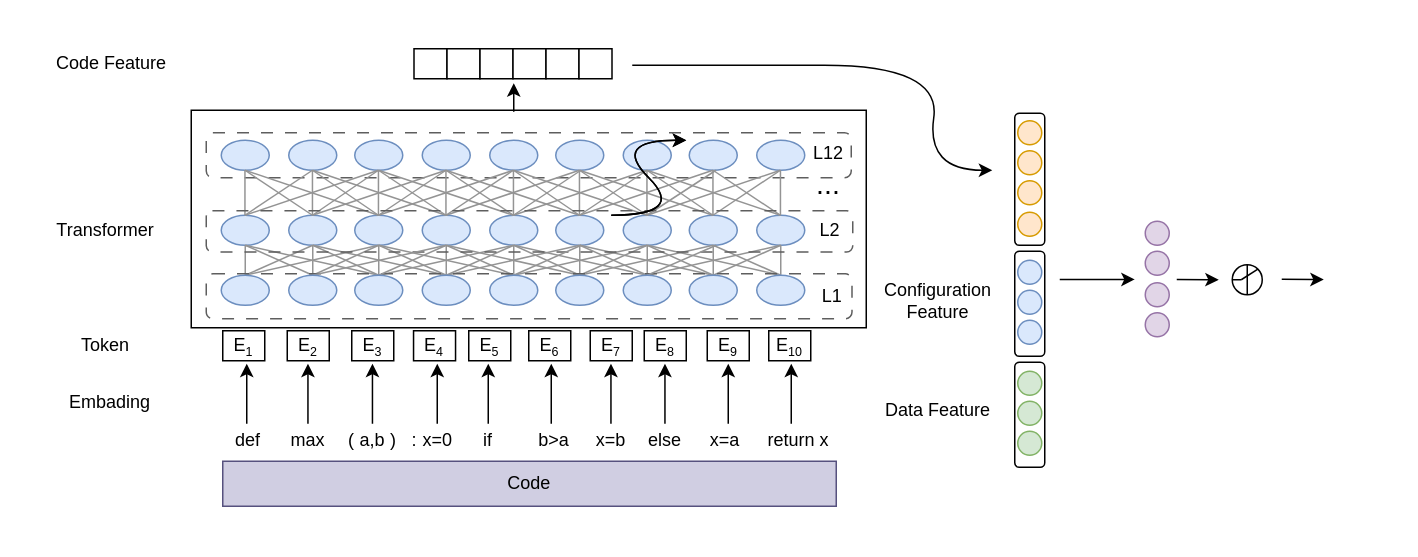
The draw.io diagram spark.drawio in zouqg/praticegit, before the edit. Source tidied: cells renumbered, new cells numbered last; positions are measured from the earlier drawing's top-left corner, leaving out a move shared by most shapes. Both pictures are drawn from the tidied source at 150%, with x=0, y=0 at pixel (26, 40).
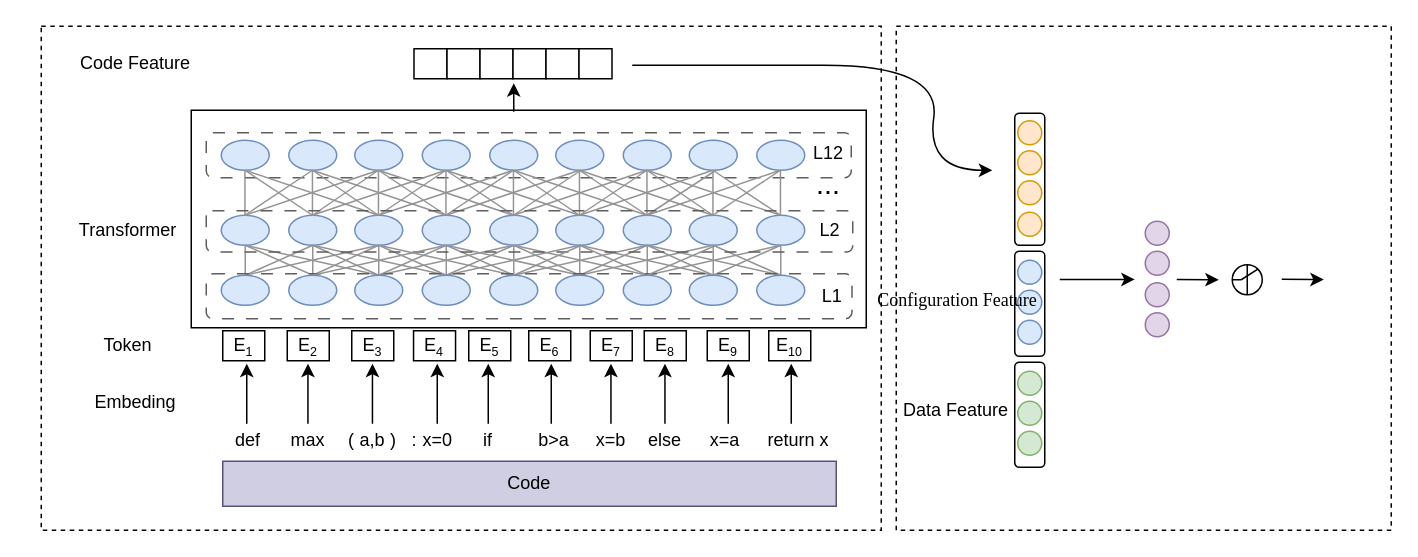
The same page after the edit.

The edit, as a diff of the source:
```diff
@@
+    <mxCell id="193" style="rounded=0;whiteSpace=wrap;html=1;dashed=1;" parent="1" vertex="1">
+      <mxGeometry x="580" y="-10" width="330" height="336" as="geometry" />
+    </mxCell>
+    <mxCell id="194" style="rounded=0;whiteSpace=wrap;html=1;dashed=1;" parent="1" vertex="1">
+      <mxGeometry x="10" y="-10" width="560" height="336" as="geometry" />
+    </mxCell>
@@
-    <mxCell id="142" value="Embading" style="text;html=1;strokeColor=none;fillColor=none;align=center;verticalAlign=middle;whiteSpace=wrap;rounded=0;" parent="1" vertex="1">
-      <mxGeometry x="26" y="226" width="60" height="30" as="geometry" />
+    <mxCell id="142" value="Embeding" style="text;html=1;strokeColor=none;fillColor=none;align=center;verticalAlign=middle;whiteSpace=wrap;rounded=0;" parent="1" vertex="1">
+      <mxGeometry x="43" y="226" width="60" height="30" as="geometry" />
     </mxCell>
     <mxCell id="143" value="Token" style="text;html=1;strokeColor=none;fillColor=none;align=center;verticalAlign=middle;whiteSpace=wrap;rounded=0;" parent="1" vertex="1">
-      <mxGeometry x="23" y="188" width="60" height="30" as="geometry" />
+      <mxGeometry x="38" y="188" width="60" height="30" as="geometry" />
     </mxCell>
     <mxCell id="144" value="Transformer" style="text;html=1;strokeColor=none;fillColor=none;align=center;verticalAlign=middle;whiteSpace=wrap;rounded=0;" parent="1" vertex="1">
-      <mxGeometry x="23" y="111" width="60" height="30" as="geometry" />
+      <mxGeometry x="38" y="111" width="60" height="30" as="geometry" />
     </mxCell>
@@
     <mxCell id="162" value="Code Feature" style="text;html=1;strokeColor=none;fillColor=none;align=center;verticalAlign=middle;whiteSpace=wrap;rounded=0;" parent="1" vertex="1">
-      <mxGeometry width="114" height="30" as="geometry" />
+      <mxGeometry x="16" width="114" height="30" as="geometry" />
     </mxCell>
-    <mxCell id="163" style="curved=1;endArrow=classic;html=1;rounded=0;" parent="1" edge="1">
-      <mxGeometry relative="1" as="geometry">
-        <mxPoint x="390" y="116" as="sourcePoint" />
-        <mxPoint x="440" y="66" as="targetPoint" />
-        <Array as="points">
-          <mxPoint x="440" y="116" />
-          <mxPoint x="390" y="66" />
-        </Array>
-      </mxGeometry>
-    </mxCell>
-    <mxCell id="164" style="curved=1;endArrow=classic;html=1;rounded=0;" parent="1" edge="1">
-      <mxGeometry relative="1" as="geometry">
-        <mxPoint x="390" y="116" as="sourcePoint" />
-        <mxPoint x="440" y="66" as="targetPoint" />
-        <Array as="points">
-          <mxPoint x="440" y="116" />
-          <mxPoint x="390" y="66" />
-        </Array>
-      </mxGeometry>
-    </mxCell>
@@
-    <mxCell id="180" value="Configuration Feature" style="text;html=1;strokeColor=none;fillColor=none;align=center;verticalAlign=middle;whiteSpace=wrap;rounded=0;" parent="1" vertex="1">
-      <mxGeometry x="550.5" y="158" width="114" height="30" as="geometry" />
+    <mxCell id="180" value="Configuration Feature" style="text;html=1;strokeColor=none;fillColor=none;align=center;verticalAlign=middle;whiteSpace=wrap;rounded=0;fontFamily=Times New Roman;" parent="1" vertex="1">
+      <mxGeometry x="563.5" y="158" width="114" height="30" as="geometry" />
     </mxCell>
     <mxCell id="181" value="Data Feature" style="text;html=1;strokeColor=none;fillColor=none;align=center;verticalAlign=middle;whiteSpace=wrap;rounded=0;" parent="1" vertex="1">
-      <mxGeometry x="551" y="231" width="114" height="30" as="geometry" />
+      <mxGeometry x="563" y="231" width="114" height="30" as="geometry" />
     </mxCell>
```
